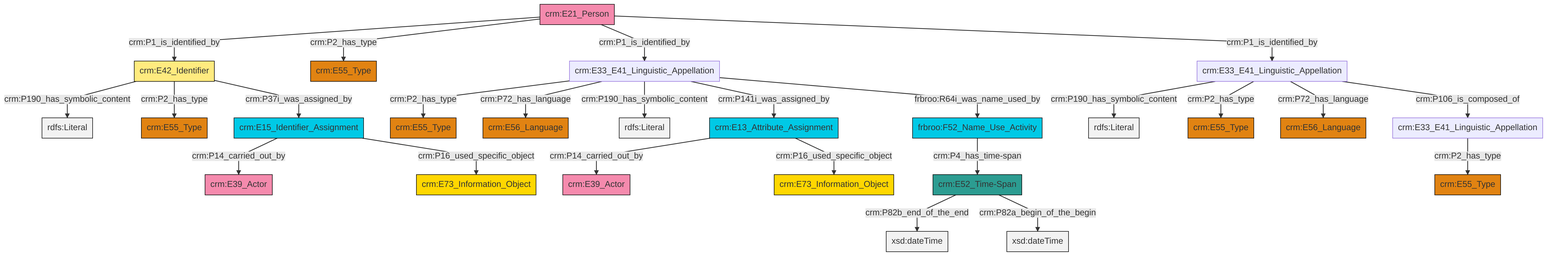
This is et/personCSV/ttl/mmd/png/Person_Names_and_Classification.png from swiss-art-research-net/reference-data-models, a Mermaid export, as it was before one commit. Its source is kept beside it as et/personCSV/ttl/mmd/Person_Names_and_Classification.ttl.mmd.
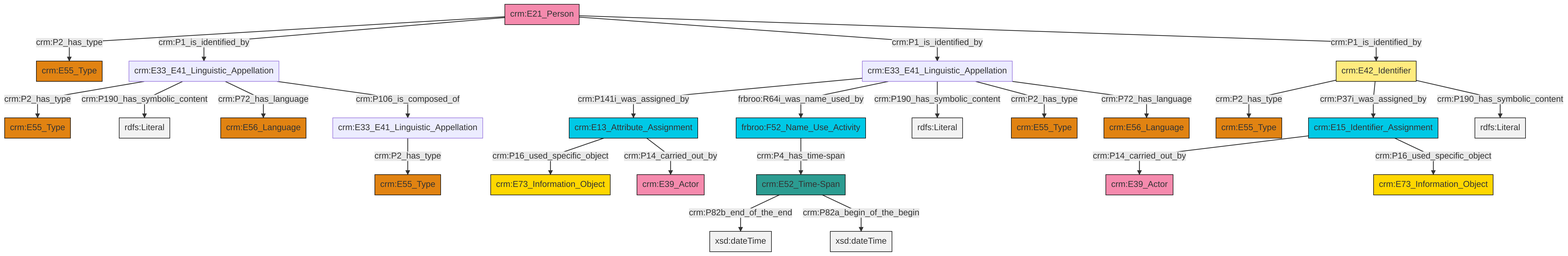
Above is the later version.

The edit, as a diff of the source:
```diff
@@ -13,27 +13,27 @@
 classDef PC_Classes fill:#4ce600, stroke:#000000;
 classDef Multi fill:#cccccc,stroke:#000000;
 
-0["crm:E42_Identifier"]:::Appellation -->|crm:P190_has_symbolic_content| 1[rdfs:Literal]:::Literal
-2["crm:E13_Attribute_Assignment"]:::Temporal_Entity -->|crm:P14_carried_out_by| 3["crm:E39_Actor"]:::Actor
-4["crm:E21_Person"]:::Actor -->|crm:P1_is_identified_by| 0["crm:E42_Identifier"]:::Appellation
-11["crm:E33_E41_Linguistic_Appellation"]:::Default -->|crm:P190_has_symbolic_content| 12[rdfs:Literal]:::Literal
-11["crm:E33_E41_Linguistic_Appellation"]:::Default -->|crm:P2_has_type| 14["crm:E55_Type"]:::Type
-2["crm:E13_Attribute_Assignment"]:::Temporal_Entity -->|crm:P16_used_specific_object| 18["crm:E73_Information_Object"]:::Conceptual_Object
-6["frbroo:F52_Name_Use_Activity"]:::Temporal_Entity -->|crm:P4_has_time-span| 19["crm:E52_Time-Span"]:::Time-Span
-22["crm:E33_E41_Linguistic_Appellation"]:::Default -->|crm:P2_has_type| 16["crm:E55_Type"]:::Type
-22["crm:E33_E41_Linguistic_Appellation"]:::Default -->|crm:P72_has_language| 23["crm:E56_Language"]:::Type
-22["crm:E33_E41_Linguistic_Appellation"]:::Default -->|crm:P190_has_symbolic_content| 24[rdfs:Literal]:::Literal
-28["crm:E15_Identifier_Assignment"]:::Temporal_Entity -->|crm:P14_carried_out_by| 29["crm:E39_Actor"]:::Actor
-22["crm:E33_E41_Linguistic_Appellation"]:::Default -->|crm:P141i_was_assigned_by| 2["crm:E13_Attribute_Assignment"]:::Temporal_Entity
-19["crm:E52_Time-Span"]:::Time-Span -->|crm:P82b_end_of_the_end| 31[xsd:dateTime]:::Literal
-9["crm:E33_E41_Linguistic_Appellation"]:::Default -->|crm:P2_has_type| 32["crm:E55_Type"]:::Type
-4["crm:E21_Person"]:::Actor -->|crm:P2_has_type| 33["crm:E55_Type"]:::Type
-22["crm:E33_E41_Linguistic_Appellation"]:::Default -->|frbroo:R64i_was_name_used_by| 6["frbroo:F52_Name_Use_Activity"]:::Temporal_Entity
-0["crm:E42_Identifier"]:::Appellation -->|crm:P2_has_type| 26["crm:E55_Type"]:::Type
-4["crm:E21_Person"]:::Actor -->|crm:P1_is_identified_by| 22["crm:E33_E41_Linguistic_Appellation"]:::Default
-28["crm:E15_Identifier_Assignment"]:::Temporal_Entity -->|crm:P16_used_specific_object| 35["crm:E73_Information_Object"]:::Conceptual_Object
-11["crm:E33_E41_Linguistic_Appellation"]:::Default -->|crm:P72_has_language| 37["crm:E56_Language"]:::Type
-4["crm:E21_Person"]:::Actor -->|crm:P1_is_identified_by| 11["crm:E33_E41_Linguistic_Appellation"]:::Default
-0["crm:E42_Identifier"]:::Appellation -->|crm:P37i_was_assigned_by| 28["crm:E15_Identifier_Assignment"]:::Temporal_Entity
-11["crm:E33_E41_Linguistic_Appellation"]:::Default -->|crm:P106_is_composed_of| 9["crm:E33_E41_Linguistic_Appellation"]:::Default
-19["crm:E52_Time-Span"]:::Time-Span -->|crm:P82a_begin_of_the_begin| 46[xsd:dateTime]:::Literal
+0["crm:E52_Time-Span"]:::Time-Span -->|crm:P82b_end_of_the_end| 1[xsd:dateTime]:::Literal
+4["crm:E21_Person"]:::Actor -->|crm:P2_has_type| 5["crm:E55_Type"]:::Type
+6["crm:E33_E41_Linguistic_Appellation"]:::Default -->|crm:P2_has_type| 2["crm:E55_Type"]:::Type
+9["crm:E42_Identifier"]:::Appellation -->|crm:P2_has_type| 11["crm:E55_Type"]:::Type
+12["crm:E33_E41_Linguistic_Appellation"]:::Default -->|crm:P141i_was_assigned_by| 13["crm:E13_Attribute_Assignment"]:::Temporal_Entity
+12["crm:E33_E41_Linguistic_Appellation"]:::Default -->|frbroo:R64i_was_name_used_by| 14["frbroo:F52_Name_Use_Activity"]:::Temporal_Entity
+9["crm:E42_Identifier"]:::Appellation -->|crm:P37i_was_assigned_by| 15["crm:E15_Identifier_Assignment"]:::Temporal_Entity
+0["crm:E52_Time-Span"]:::Time-Span -->|crm:P82a_begin_of_the_begin| 16[xsd:dateTime]:::Literal
+24["crm:E33_E41_Linguistic_Appellation"]:::Default -->|crm:P2_has_type| 18["crm:E55_Type"]:::Type
+13["crm:E13_Attribute_Assignment"]:::Temporal_Entity -->|crm:P16_used_specific_object| 25["crm:E73_Information_Object"]:::Conceptual_Object
+12["crm:E33_E41_Linguistic_Appellation"]:::Default -->|crm:P190_has_symbolic_content| 26[rdfs:Literal]:::Literal
+4["crm:E21_Person"]:::Actor -->|crm:P1_is_identified_by| 6["crm:E33_E41_Linguistic_Appellation"]:::Default
+13["crm:E13_Attribute_Assignment"]:::Temporal_Entity -->|crm:P14_carried_out_by| 27["crm:E39_Actor"]:::Actor
+12["crm:E33_E41_Linguistic_Appellation"]:::Default -->|crm:P2_has_type| 20["crm:E55_Type"]:::Type
+4["crm:E21_Person"]:::Actor -->|crm:P1_is_identified_by| 12["crm:E33_E41_Linguistic_Appellation"]:::Default
+6["crm:E33_E41_Linguistic_Appellation"]:::Default -->|crm:P190_has_symbolic_content| 29[rdfs:Literal]:::Literal
+9["crm:E42_Identifier"]:::Appellation -->|crm:P190_has_symbolic_content| 37[rdfs:Literal]:::Literal
+15["crm:E15_Identifier_Assignment"]:::Temporal_Entity -->|crm:P14_carried_out_by| 38["crm:E39_Actor"]:::Actor
+14["frbroo:F52_Name_Use_Activity"]:::Temporal_Entity -->|crm:P4_has_time-span| 0["crm:E52_Time-Span"]:::Time-Span
+4["crm:E21_Person"]:::Actor -->|crm:P1_is_identified_by| 9["crm:E42_Identifier"]:::Appellation
+6["crm:E33_E41_Linguistic_Appellation"]:::Default -->|crm:P72_has_language| 30["crm:E56_Language"]:::Type
+12["crm:E33_E41_Linguistic_Appellation"]:::Default -->|crm:P72_has_language| 34["crm:E56_Language"]:::Type
+6["crm:E33_E41_Linguistic_Appellation"]:::Default -->|crm:P106_is_composed_of| 24["crm:E33_E41_Linguistic_Appellation"]:::Default
+15["crm:E15_Identifier_Assignment"]:::Temporal_Entity -->|crm:P16_used_specific_object| 43["crm:E73_Information_Object"]:::Conceptual_Object
```
